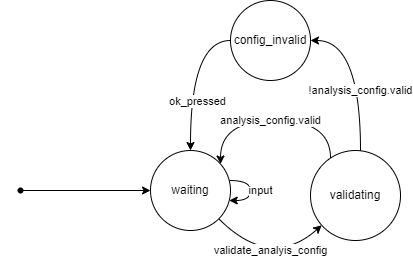
agentvv/MTOBridge keeps this draw.io diagram as docs/SRS/images/use-case-3-sm.png. Above is the earlier version. Source tidied: cells renumbered, new cells last; positions are measured from the earlier drawing's top-left corner, leaving out a move shared by most shapes. Its diagram source:
```xml
<mxGraphModel>
  <root>
    <mxCell id="0" />
    <mxCell id="1" parent="0" />
    <mxCell id="2" style="edgeStyle=orthogonalEdgeStyle;rounded=0;orthogonalLoop=1;jettySize=auto;html=1;curved=1;" parent="1" edge="1" source="4" target="4">
      <mxGeometry relative="1" as="geometry" />
    </mxCell>
    <mxCell id="3" value="input" style="edgeLabel;html=1;align=center;verticalAlign=middle;" parent="2" vertex="1">
      <mxGeometry x="0.19" relative="1" as="geometry">
        <mxPoint x="10" y="-6" as="offset" />
      </mxGeometry>
    </mxCell>
    <mxCell id="4" value="waiting" style="ellipse;whiteSpace=wrap;html=1;" parent="1" vertex="1">
      <mxGeometry x="150" y="150" width="80" height="80" as="geometry" />
    </mxCell>
    <mxCell id="5" style="edgeStyle=orthogonalEdgeStyle;rounded=0;jettySize=auto;html=1;" parent="1" edge="1" source="6" target="4">
      <mxGeometry relative="1" as="geometry" />
    </mxCell>
    <mxCell id="6" style="shape=waypoint;sketch=0;fillStyle=solid;size=6;points=[];fillColor=none;perimeter=centerPerimeter;snapToPoint=1;" parent="1" vertex="1">
      <mxGeometry y="170" width="40" height="40" as="geometry" />
    </mxCell>
    <mxCell id="7" style="edgeStyle=orthogonalEdgeStyle;curved=1;rounded=0;jettySize=auto;html=1;" parent="1" edge="1" source="8" target="11">
      <mxGeometry relative="1" as="geometry">
        <Array as="points">
          <mxPoint x="360" y="40" />
        </Array>
      </mxGeometry>
    </mxCell>
    <mxCell id="8" value="validating" style="ellipse;whiteSpace=wrap;html=1;" parent="1" vertex="1">
      <mxGeometry x="310" y="150" width="90" height="90" as="geometry" />
    </mxCell>
    <mxCell id="9" style="edgeStyle=orthogonalEdgeStyle;curved=1;rounded=0;jettySize=auto;html=1;" parent="1" edge="1" source="11" target="4">
      <mxGeometry relative="1" as="geometry">
        <Array as="points">
          <mxPoint x="190" y="40" />
        </Array>
      </mxGeometry>
    </mxCell>
    <mxCell id="10" value="ok_pressed" style="edgeLabel;html=1;align=center;verticalAlign=middle;" parent="9" vertex="1">
      <mxGeometry x="0.09" y="7" relative="1" as="geometry">
        <mxPoint y="19" as="offset" />
      </mxGeometry>
    </mxCell>
    <mxCell id="11" value="config_invalid" style="ellipse;whiteSpace=wrap;html=1;" parent="1" vertex="1">
      <mxGeometry x="230" width="80" height="80" as="geometry" />
    </mxCell>
    <mxCell id="12" value="!analysis_config.valid" style="edgeLabel;html=1;align=center;verticalAlign=middle;" parent="1" vertex="1">
      <mxGeometry x="360" y="90" as="geometry" />
    </mxCell>
    <mxCell id="13" style="endArrow=classic;html=1;rounded=0;curved=1;" parent="1" edge="1" source="4" target="8">
      <mxGeometry relative="1" as="geometry">
        <Array as="points">
          <mxPoint x="270" y="270" />
        </Array>
      </mxGeometry>
    </mxCell>
    <mxCell id="14" value="validate_analyis_config" style="edgeLabel;html=1;align=center;verticalAlign=middle;" parent="13" vertex="1">
      <mxGeometry x="0.26" y="13" relative="1" as="geometry">
        <mxPoint x="-3" as="offset" />
      </mxGeometry>
    </mxCell>
    <mxCell id="15" style="edgeStyle=orthogonalEdgeStyle;rounded=0;jettySize=auto;html=1;curved=1;" parent="1" edge="1" source="8" target="4">
      <mxGeometry relative="1" as="geometry">
        <Array as="points">
          <mxPoint x="330" y="120" />
          <mxPoint x="220" y="120" />
        </Array>
      </mxGeometry>
    </mxCell>
    <mxCell id="16" value="analysis_config.valid" style="edgeLabel;html=1;align=center;verticalAlign=middle;" parent="15" vertex="1">
      <mxGeometry x="0.19" relative="1" as="geometry">
        <mxPoint x="16" as="offset" />
      </mxGeometry>
    </mxCell>
  </root>
</mxGraphModel>
```
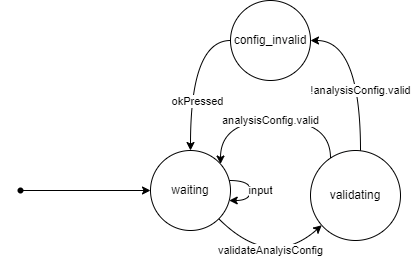
After the commit.

The edit, as a diff of the source:
```diff
@@ -36,7 +36,7 @@
         </Array>
       </mxGeometry>
     </mxCell>
-    <mxCell id="10" value="ok_pressed" style="edgeLabel;html=1;align=center;verticalAlign=middle;" parent="9" vertex="1">
+    <mxCell id="10" value="okPressed" style="edgeLabel;html=1;align=center;verticalAlign=middle;" parent="9" vertex="1">
       <mxGeometry x="0.09" y="7" relative="1" as="geometry">
         <mxPoint y="19" as="offset" />
       </mxGeometry>
@@ -44,7 +44,7 @@
     <mxCell id="11" value="config_invalid" style="ellipse;whiteSpace=wrap;html=1;" parent="1" vertex="1">
       <mxGeometry x="230" width="80" height="80" as="geometry" />
     </mxCell>
-    <mxCell id="12" value="!analysis_config.valid" style="edgeLabel;html=1;align=center;verticalAlign=middle;" parent="1" vertex="1">
+    <mxCell id="12" value="!analysisConfig.valid" style="edgeLabel;html=1;align=center;verticalAlign=middle;" parent="1" vertex="1">
       <mxGeometry x="360" y="90" as="geometry" />
     </mxCell>
     <mxCell id="13" style="endArrow=classic;html=1;rounded=0;curved=1;" parent="1" edge="1" source="4" target="8">
@@ -54,7 +54,7 @@
         </Array>
       </mxGeometry>
     </mxCell>
-    <mxCell id="14" value="validate_analyis_config" style="edgeLabel;html=1;align=center;verticalAlign=middle;" parent="13" vertex="1">
+    <mxCell id="14" value="validateAnalyisConfig" style="edgeLabel;html=1;align=center;verticalAlign=middle;" parent="13" vertex="1">
       <mxGeometry x="0.26" y="13" relative="1" as="geometry">
         <mxPoint x="-3" as="offset" />
       </mxGeometry>
@@ -67,7 +67,7 @@
         </Array>
       </mxGeometry>
     </mxCell>
-    <mxCell id="16" value="analysis_config.valid" style="edgeLabel;html=1;align=center;verticalAlign=middle;" parent="15" vertex="1">
+    <mxCell id="16" value="analysisConfig.valid" style="edgeLabel;html=1;align=center;verticalAlign=middle;" parent="15" vertex="1">
       <mxGeometry x="0.19" relative="1" as="geometry">
         <mxPoint x="16" as="offset" />
       </mxGeometry>
```
